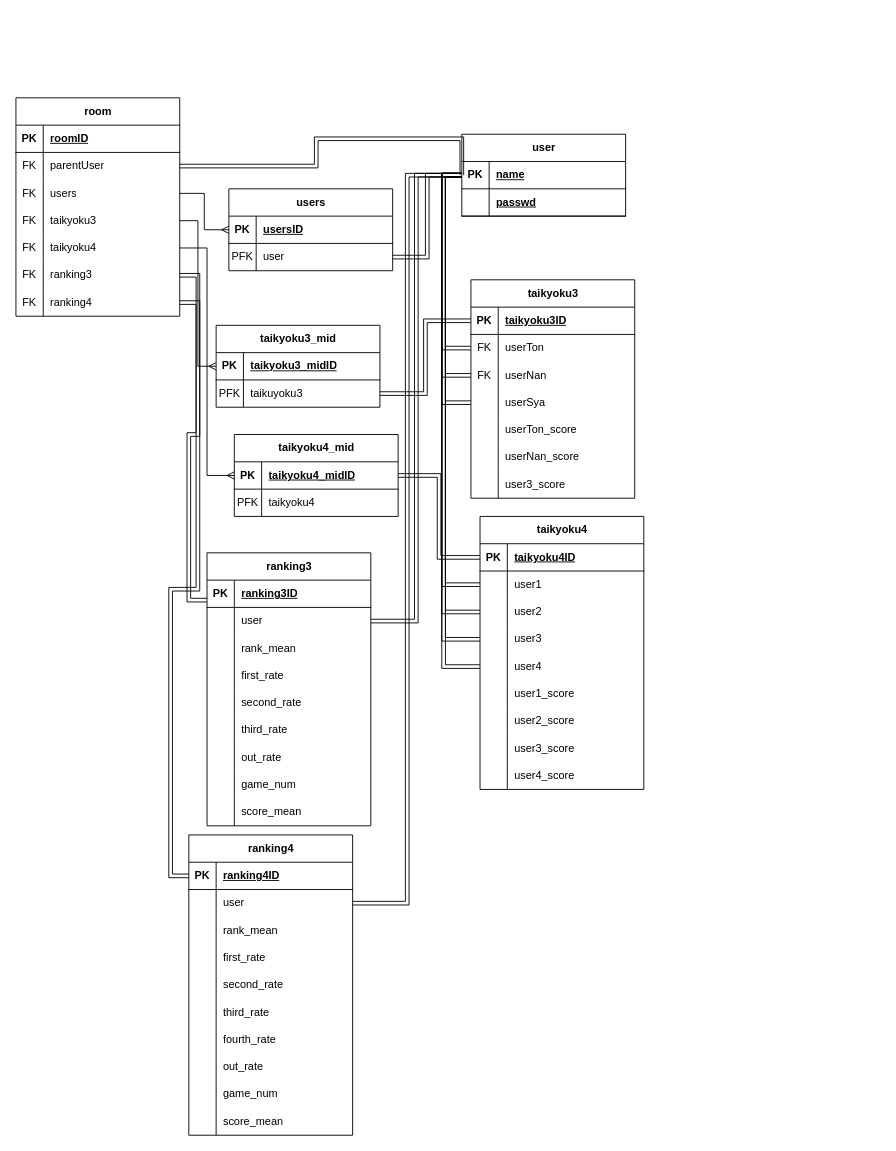
kechigon/PungPals keeps this draw.io diagram as PungPals_ER.drawio. Above is the earlier version. Source tidied: cells renumbered, new cells numbered last; positions are measured from the earlier drawing's top-left corner, leaving out a move shared by most shapes. Both pictures are drawn from the tidied source at 91%, with x=0, y=0 at pixel (15, 97).
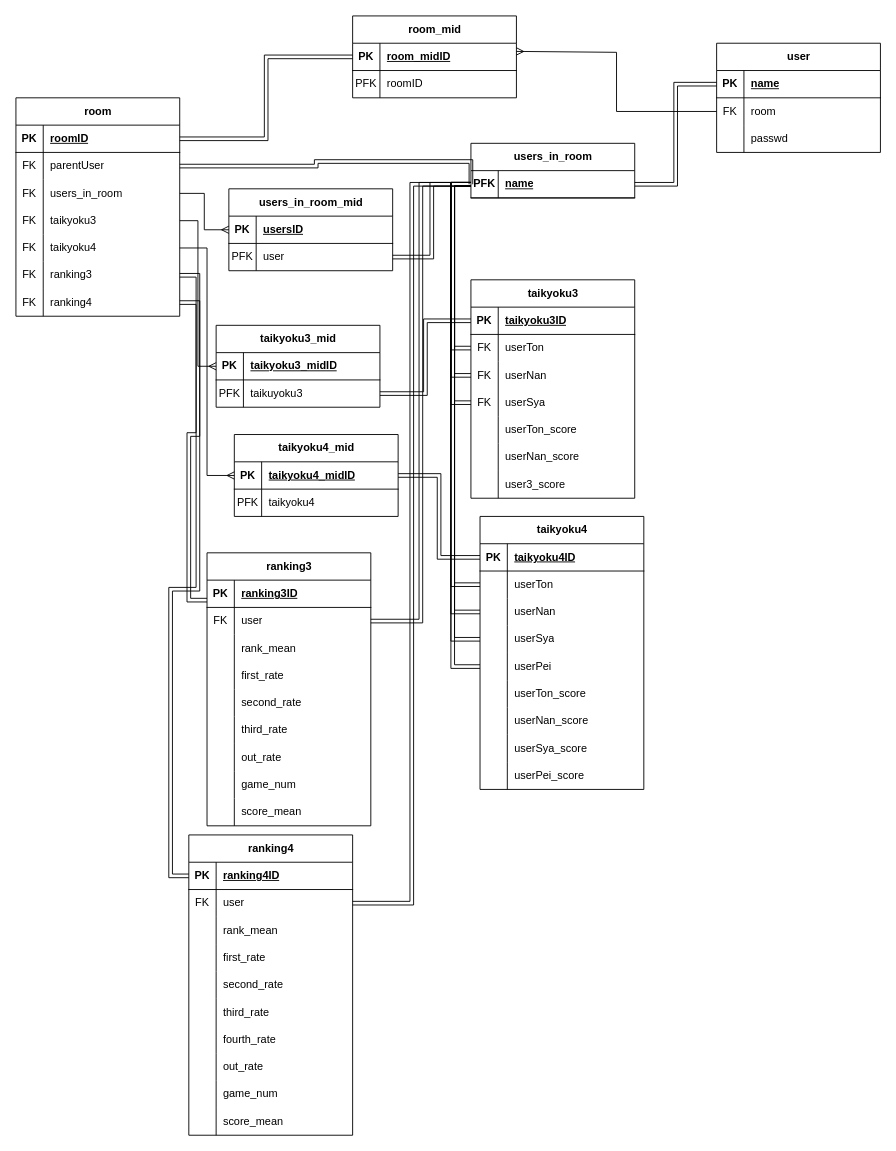
The same page after the edit.

Commit message:
PungPals_ER.drawio を更新します

The change refers to these unchanged cells:
```xml
<mxCell id="3" style="shape=tableRow;horizontal=0;startSize=0;swimlaneHead=0;swimlaneBody=0;fillColor=none;points=[[0,0.5],[1,0.5]];portConstraint=eastwest;top=0;left=0;right=0;bottom=1;" parent="2" vertex="1">
  <mxGeometry y="30" width="180" height="30" as="geometry" />
</mxCell>
<mxCell id="6" style="shape=tableRow;horizontal=0;startSize=0;swimlaneHead=0;swimlaneBody=0;fillColor=none;points=[[0,0.5],[1,0.5]];portConstraint=eastwest;top=0;left=0;right=0;bottom=0;" parent="2" vertex="1">
  <mxGeometry y="60" width="180" height="30" as="geometry" />
</mxCell>
<mxCell id="9" style="shape=tableRow;horizontal=0;startSize=0;swimlaneHead=0;swimlaneBody=0;fillColor=none;points=[[0,0.5],[1,0.5]];portConstraint=eastwest;top=0;left=0;right=0;bottom=0;" parent="2" vertex="1">
  <mxGeometry y="90" width="180" height="30" as="geometry" />
</mxCell>
<mxCell id="41" style="shape=tableRow;horizontal=0;startSize=0;swimlaneHead=0;swimlaneBody=0;fillColor=none;points=[[0,0.5],[1,0.5]];portConstraint=eastwest;top=0;left=0;right=0;bottom=0;" parent="31" vertex="1">
  <mxGeometry y="120" width="180" height="30" as="geometry" />
</mxCell>
<mxCell id="54" style="shape=tableRow;horizontal=0;startSize=0;swimlaneHead=0;swimlaneBody=0;fillColor=none;points=[[0,0.5],[1,0.5]];portConstraint=eastwest;top=0;left=0;right=0;bottom=1;" parent="53" vertex="1">
  <mxGeometry y="30" width="180" height="30" as="geometry" />
</mxCell>
<mxCell id="87" style="shape=tableRow;horizontal=0;startSize=0;swimlaneHead=0;swimlaneBody=0;fillColor=none;points=[[0,0.5],[1,0.5]];portConstraint=eastwest;top=0;left=0;right=0;bottom=0;" parent="83" vertex="1">
  <mxGeometry y="60" width="180" height="30" as="geometry" />
</mxCell>
<mxCell id="90" style="shape=tableRow;horizontal=0;startSize=0;swimlaneHead=0;swimlaneBody=0;fillColor=none;points=[[0,0.5],[1,0.5]];portConstraint=eastwest;top=0;left=0;right=0;bottom=0;" parent="83" vertex="1">
  <mxGeometry y="90" width="180" height="30" as="geometry" />
</mxCell>
<mxCell id="93" style="shape=tableRow;horizontal=0;startSize=0;swimlaneHead=0;swimlaneBody=0;fillColor=none;points=[[0,0.5],[1,0.5]];portConstraint=eastwest;top=0;left=0;right=0;bottom=0;" parent="83" vertex="1">
  <mxGeometry y="120" width="180" height="30" as="geometry" />
</mxCell>
<mxCell id="96" style="shape=tableRow;horizontal=0;startSize=0;swimlaneHead=0;swimlaneBody=0;fillColor=none;points=[[0,0.5],[1,0.5]];portConstraint=eastwest;top=0;left=0;right=0;bottom=0;" parent="83" vertex="1">
  <mxGeometry y="150" width="180" height="30" as="geometry" />
</mxCell>
<mxCell id="99" style="shape=tableRow;horizontal=0;startSize=0;swimlaneHead=0;swimlaneBody=0;fillColor=none;top=0;left=0;right=0;bottom=0;" parent="83" vertex="1">
  <mxGeometry y="180" width="180" height="30" as="geometry" />
</mxCell>
<mxCell id="102" style="shape=tableRow;horizontal=0;startSize=0;swimlaneHead=0;swimlaneBody=0;fillColor=none;top=0;left=0;right=0;bottom=0;" parent="83" vertex="1">
  <mxGeometry y="210" width="180" height="30" as="geometry" />
</mxCell>
<mxCell id="105" style="shape=tableRow;horizontal=0;startSize=0;swimlaneHead=0;swimlaneBody=0;fillColor=none;top=0;left=0;right=0;bottom=0;" parent="83" vertex="1">
  <mxGeometry y="240" width="180" height="30" as="geometry" />
</mxCell>
<mxCell id="108" style="shape=tableRow;horizontal=0;startSize=0;swimlaneHead=0;swimlaneBody=0;fillColor=none;top=0;left=0;right=0;bottom=0;" parent="83" vertex="1">
  <mxGeometry y="270" width="180" height="30" as="geometry" />
</mxCell>
<mxCell id="120" style="shape=tableRow;horizontal=0;startSize=0;swimlaneHead=0;swimlaneBody=0;fillColor=none;points=[[0,0.5],[1,0.5]];portConstraint=eastwest;top=0;left=0;right=0;bottom=0;" parent="116" vertex="1">
  <mxGeometry y="60" width="180" height="30" as="geometry" />
</mxCell>
<mxCell id="149" style="shape=tableRow;horizontal=0;startSize=0;swimlaneHead=0;swimlaneBody=0;fillColor=none;points=[[0,0.5],[1,0.5]];portConstraint=eastwest;top=0;left=0;right=0;bottom=0;" parent="145" vertex="1">
  <mxGeometry y="60" width="180" height="30" as="geometry" />
</mxCell>
```

Diff of the diagram source:
```diff
@@
-    <mxCell id="11" value="users" style="shape=partialRectangle;fillColor=none;top=0;left=0;bottom=0;right=0;align=left;spacingLeft=6;overflow=hidden;whiteSpace=wrap;html=1;" parent="9" vertex="1">
+    <mxCell id="11" value="users_in_room" style="shape=partialRectangle;fillColor=none;top=0;left=0;bottom=0;right=0;align=left;spacingLeft=6;overflow=hidden;whiteSpace=wrap;html=1;" parent="9" vertex="1">
       <mxGeometry x="30" width="150" height="30" as="geometry" />
     </mxCell>
@@
-    <mxCell id="24" value="users" style="shape=table;startSize=30;childLayout=tableLayout;rowLines=0;fontStyle=1;align=center;html=1;" parent="1" vertex="1">
+    <mxCell id="24" value="users_in_room_mid" style="shape=table;startSize=30;childLayout=tableLayout;rowLines=0;fontStyle=1;align=center;html=1;" parent="1" vertex="1">
       <mxGeometry x="234" y="100" width="180" height="90" as="geometry" />
     </mxCell>
@@
-    <mxCell id="42" style="shape=partialRectangle;fillColor=none;top=0;left=0;bottom=0;right=0;overflow=hidden;whiteSpace=wrap;html=1;" parent="41" vertex="1">
+    <mxCell id="42" value="FK" style="shape=partialRectangle;fillColor=none;top=0;left=0;bottom=0;right=0;overflow=hidden;whiteSpace=wrap;html=1;" parent="41" vertex="1">
       <mxGeometry width="30" height="30" as="geometry" />
     </mxCell>
@@
-    <mxCell id="53" value="user" style="shape=table;startSize=30;childLayout=tableLayout;rowLines=0;fontStyle=1;align=center;html=1;" parent="1" vertex="1">
-      <mxGeometry x="490" y="40" width="180" height="90" as="geometry" />
+    <mxCell id="53" value="users_in_room" style="shape=table;startSize=30;childLayout=tableLayout;rowLines=0;fontStyle=1;align=center;html=1;" parent="1" vertex="1">
+      <mxGeometry x="500" y="50" width="180" height="60" as="geometry" />
     </mxCell>
@@
-    <mxCell id="55" value="PK" style="shape=partialRectangle;fillColor=none;top=0;left=0;bottom=0;right=0;fontStyle=1;overflow=hidden;whiteSpace=wrap;html=1;" parent="54" vertex="1">
+    <mxCell id="55" value="PFK" style="shape=partialRectangle;fillColor=none;top=0;left=0;bottom=0;right=0;fontStyle=1;overflow=hidden;whiteSpace=wrap;html=1;" parent="54" vertex="1">
       <mxGeometry width="30" height="30" as="geometry" />
     </mxCell>
@@
-    <mxCell id="57" style="shape=tableRow;horizontal=0;startSize=0;swimlaneHead=0;swimlaneBody=0;fillColor=none;top=0;left=0;right=0;bottom=1;" parent="53" vertex="1">
-      <mxGeometry y="60" width="180" height="30" as="geometry" />
-    </mxCell>
-    <mxCell id="58" style="shape=partialRectangle;fillColor=none;top=0;left=0;bottom=0;right=0;fontStyle=1;overflow=hidden;whiteSpace=wrap;html=1;" parent="57" vertex="1">
-      <mxGeometry width="30" height="30" as="geometry" />
-    </mxCell>
-    <mxCell id="59" value="passwd" style="shape=partialRectangle;fillColor=none;top=0;left=0;bottom=0;right=0;align=left;spacingLeft=6;fontStyle=5;overflow=hidden;whiteSpace=wrap;html=1;" parent="57" vertex="1">
-      <mxGeometry x="30" width="150" height="30" as="geometry" />
-    </mxCell>
@@
     <mxCell id="62" style="edgeStyle=orthogonalEdgeStyle;rounded=0;jettySize=auto;html=1;entryX=0;entryY=0.5;entryDx=0;entryDy=0;shape=link;" parent="1" edge="1" source="6" target="54">
       <mxGeometry relative="1" as="geometry">
         <Array as="points">
           <mxPoint x="330" y="75" />
-          <mxPoint x="330" y="45" />
+          <mxPoint x="330" y="70" />
+          <mxPoint x="500" y="70" />
         </Array>
       </mxGeometry>
     </mxCell>
@@
-    <mxCell id="89" value="user1" style="shape=partialRectangle;fillColor=none;top=0;left=0;bottom=0;right=0;align=left;spacingLeft=6;overflow=hidden;whiteSpace=wrap;html=1;" parent="87" vertex="1">
+    <mxCell id="89" value="userTon" style="shape=partialRectangle;fillColor=none;top=0;left=0;bottom=0;right=0;align=left;spacingLeft=6;overflow=hidden;whiteSpace=wrap;html=1;" parent="87" vertex="1">
       <mxGeometry x="30" width="150" height="30" as="geometry" />
     </mxCell>
@@
-    <mxCell id="92" value="user2" style="shape=partialRectangle;fillColor=none;top=0;left=0;bottom=0;right=0;align=left;spacingLeft=6;overflow=hidden;whiteSpace=wrap;html=1;" parent="90" vertex="1">
+    <mxCell id="92" value="userNan" style="shape=partialRectangle;fillColor=none;top=0;left=0;bottom=0;right=0;align=left;spacingLeft=6;overflow=hidden;whiteSpace=wrap;html=1;" parent="90" vertex="1">
       <mxGeometry x="30" width="150" height="30" as="geometry" />
     </mxCell>
@@
-    <mxCell id="95" value="user3" style="shape=partialRectangle;fillColor=none;top=0;left=0;bottom=0;right=0;align=left;spacingLeft=6;overflow=hidden;whiteSpace=wrap;html=1;" parent="93" vertex="1">
+    <mxCell id="95" value="userSya" style="shape=partialRectangle;fillColor=none;top=0;left=0;bottom=0;right=0;align=left;spacingLeft=6;overflow=hidden;whiteSpace=wrap;html=1;" parent="93" vertex="1">
       <mxGeometry x="30" width="150" height="30" as="geometry" />
     </mxCell>
@@
-    <mxCell id="98" value="user4" style="shape=partialRectangle;fillColor=none;top=0;left=0;bottom=0;right=0;align=left;spacingLeft=6;overflow=hidden;whiteSpace=wrap;html=1;" parent="96" vertex="1">
+    <mxCell id="98" value="userPei" style="shape=partialRectangle;fillColor=none;top=0;left=0;bottom=0;right=0;align=left;spacingLeft=6;overflow=hidden;whiteSpace=wrap;html=1;" parent="96" vertex="1">
       <mxGeometry x="30" width="150" height="30" as="geometry" />
     </mxCell>
@@
-    <mxCell id="101" value="user1_score" style="shape=partialRectangle;fillColor=none;top=0;left=0;bottom=0;right=0;align=left;spacingLeft=6;overflow=hidden;whiteSpace=wrap;html=1;" parent="99" vertex="1">
+    <mxCell id="101" value="userTon_score" style="shape=partialRectangle;fillColor=none;top=0;left=0;bottom=0;right=0;align=left;spacingLeft=6;overflow=hidden;whiteSpace=wrap;html=1;" parent="99" vertex="1">
       <mxGeometry x="30" width="150" height="30" as="geometry" />
     </mxCell>
@@
-    <mxCell id="104" value="user2_score" style="shape=partialRectangle;fillColor=none;top=0;left=0;bottom=0;right=0;align=left;spacingLeft=6;overflow=hidden;whiteSpace=wrap;html=1;" parent="102" vertex="1">
+    <mxCell id="104" value="userNan_score" style="shape=partialRectangle;fillColor=none;top=0;left=0;bottom=0;right=0;align=left;spacingLeft=6;overflow=hidden;whiteSpace=wrap;html=1;" parent="102" vertex="1">
       <mxGeometry x="30" width="150" height="30" as="geometry" />
     </mxCell>
@@
-    <mxCell id="107" value="user3_score" style="shape=partialRectangle;fillColor=none;top=0;left=0;bottom=0;right=0;align=left;spacingLeft=6;overflow=hidden;whiteSpace=wrap;html=1;" parent="105" vertex="1">
+    <mxCell id="107" value="userSya_score" style="shape=partialRectangle;fillColor=none;top=0;left=0;bottom=0;right=0;align=left;spacingLeft=6;overflow=hidden;whiteSpace=wrap;html=1;" parent="105" vertex="1">
       <mxGeometry x="30" width="150" height="30" as="geometry" />
     </mxCell>
@@
-    <mxCell id="110" value="user4_score" style="shape=partialRectangle;fillColor=none;top=0;left=0;bottom=0;right=0;align=left;spacingLeft=6;overflow=hidden;whiteSpace=wrap;html=1;" parent="108" vertex="1">
+    <mxCell id="110" value="userPei_score" style="shape=partialRectangle;fillColor=none;top=0;left=0;bottom=0;right=0;align=left;spacingLeft=6;overflow=hidden;whiteSpace=wrap;html=1;" parent="108" vertex="1">
       <mxGeometry x="30" width="150" height="30" as="geometry" />
     </mxCell>
@@
-    <mxCell id="121" style="shape=partialRectangle;fillColor=none;top=0;left=0;bottom=0;right=0;overflow=hidden;whiteSpace=wrap;html=1;" parent="120" vertex="1">
+    <mxCell id="121" value="FK" style="shape=partialRectangle;fillColor=none;top=0;left=0;bottom=0;right=0;overflow=hidden;whiteSpace=wrap;html=1;" parent="120" vertex="1">
       <mxGeometry width="30" height="30" as="geometry" />
     </mxCell>
@@
-    <mxCell id="150" style="shape=partialRectangle;fillColor=none;top=0;left=0;bottom=0;right=0;overflow=hidden;whiteSpace=wrap;html=1;" parent="149" vertex="1">
+    <mxCell id="150" value="FK" style="shape=partialRectangle;fillColor=none;top=0;left=0;bottom=0;right=0;overflow=hidden;whiteSpace=wrap;html=1;" parent="149" vertex="1">
       <mxGeometry width="30" height="30" as="geometry" />
     </mxCell>
@@
+    <mxCell id="179" value="user" style="shape=table;startSize=30;childLayout=tableLayout;rowLines=0;fontStyle=1;align=center;html=1;" parent="1" vertex="1">
+      <mxGeometry x="770" y="-60" width="180" height="120" as="geometry" />
+    </mxCell>
+    <mxCell id="180" style="shape=tableRow;horizontal=0;startSize=0;swimlaneHead=0;swimlaneBody=0;fillColor=none;points=[[0,0.5],[1,0.5]];portConstraint=eastwest;top=0;left=0;right=0;bottom=1;" parent="179" vertex="1">
+      <mxGeometry y="30" width="180" height="30" as="geometry" />
+    </mxCell>
+    <mxCell id="181" value="PK" style="shape=partialRectangle;fillColor=none;top=0;left=0;bottom=0;right=0;fontStyle=1;overflow=hidden;whiteSpace=wrap;html=1;" parent="180" vertex="1">
+      <mxGeometry width="30" height="30" as="geometry" />
+    </mxCell>
+    <mxCell id="182" value="name" style="shape=partialRectangle;fillColor=none;top=0;left=0;bottom=0;right=0;align=left;spacingLeft=6;fontStyle=5;overflow=hidden;whiteSpace=wrap;html=1;" parent="180" vertex="1">
+      <mxGeometry x="30" width="150" height="30" as="geometry" />
+    </mxCell>
+    <mxCell id="183" style="shape=tableRow;horizontal=0;startSize=0;swimlaneHead=0;swimlaneBody=0;fillColor=none;points=[[0,0.5],[1,0.5]];portConstraint=eastwest;top=0;left=0;right=0;bottom=0;" parent="179" vertex="1">
+      <mxGeometry y="60" width="180" height="30" as="geometry" />
+    </mxCell>
+    <mxCell id="184" value="FK" style="shape=partialRectangle;fillColor=none;top=0;left=0;bottom=0;right=0;overflow=hidden;whiteSpace=wrap;html=1;" parent="183" vertex="1">
+      <mxGeometry width="30" height="30" as="geometry" />
+    </mxCell>
+    <mxCell id="185" value="room" style="shape=partialRectangle;fillColor=none;top=0;left=0;bottom=0;right=0;align=left;spacingLeft=6;overflow=hidden;whiteSpace=wrap;html=1;" parent="183" vertex="1">
+      <mxGeometry x="30" width="150" height="30" as="geometry" />
+    </mxCell>
+    <mxCell id="186" style="shape=tableRow;horizontal=0;startSize=0;swimlaneHead=0;swimlaneBody=0;fillColor=none;top=0;left=0;right=0;bottom=0;" parent="179" vertex="1">
+      <mxGeometry y="90" width="180" height="30" as="geometry" />
+    </mxCell>
+    <mxCell id="187" style="shape=partialRectangle;fillColor=none;top=0;left=0;bottom=0;right=0;overflow=hidden;whiteSpace=wrap;html=1;" parent="186" vertex="1">
+      <mxGeometry width="30" height="30" as="geometry" />
+    </mxCell>
+    <mxCell id="59" value="passwd" style="shape=partialRectangle;fillColor=none;top=0;left=0;bottom=0;right=0;align=left;spacingLeft=6;overflow=hidden;whiteSpace=wrap;html=1;" parent="186" vertex="1">
+      <mxGeometry x="30" width="150" height="30" as="geometry" />
+    </mxCell>
+    <mxCell id="188" style="edgeStyle=orthogonalEdgeStyle;rounded=0;jettySize=auto;html=1;entryX=0;entryY=0.5;entryDx=0;entryDy=0;shape=link;" parent="1" edge="1" source="54" target="180">
+      <mxGeometry relative="1" as="geometry" />
+    </mxCell>
+    <mxCell id="189" value="room_mid" style="shape=table;startSize=30;childLayout=tableLayout;rowLines=0;fontStyle=1;align=center;html=1;" parent="1" vertex="1">
+      <mxGeometry x="370" y="-90" width="180" height="90" as="geometry" />
+    </mxCell>
+    <mxCell id="190" style="shape=tableRow;horizontal=0;startSize=0;swimlaneHead=0;swimlaneBody=0;fillColor=none;points=[[0,0.5],[1,0.5]];portConstraint=eastwest;top=0;left=0;right=0;bottom=1;" parent="189" vertex="1">
+      <mxGeometry y="30" width="180" height="30" as="geometry" />
+    </mxCell>
+    <mxCell id="191" value="PK" style="shape=partialRectangle;fillColor=none;top=0;left=0;bottom=0;right=0;fontStyle=1;overflow=hidden;whiteSpace=wrap;html=1;" parent="190" vertex="1">
+      <mxGeometry width="30" height="30" as="geometry" />
+    </mxCell>
+    <mxCell id="192" value="room_midID" style="shape=partialRectangle;fillColor=none;top=0;left=0;bottom=0;right=0;align=left;spacingLeft=6;fontStyle=5;overflow=hidden;whiteSpace=wrap;html=1;" parent="190" vertex="1">
+      <mxGeometry x="30" width="150" height="30" as="geometry" />
+    </mxCell>
+    <mxCell id="193" style="shape=tableRow;horizontal=0;startSize=0;swimlaneHead=0;swimlaneBody=0;fillColor=none;top=0;left=0;right=0;bottom=0;" parent="189" vertex="1">
+      <mxGeometry y="60" width="180" height="30" as="geometry" />
+    </mxCell>
+    <mxCell id="194" value="PFK" style="shape=partialRectangle;fillColor=none;top=0;left=0;bottom=0;right=0;overflow=hidden;whiteSpace=wrap;html=1;" parent="193" vertex="1">
+      <mxGeometry width="30" height="30" as="geometry" />
+    </mxCell>
+    <mxCell id="195" value="roomID" style="shape=partialRectangle;fillColor=none;top=0;left=0;bottom=0;right=0;align=left;spacingLeft=6;overflow=hidden;whiteSpace=wrap;html=1;" parent="193" vertex="1">
+      <mxGeometry x="30" width="150" height="30" as="geometry" />
+    </mxCell>
+    <mxCell id="196" style="edgeStyle=orthogonalEdgeStyle;rounded=0;jettySize=auto;html=1;entryX=1;entryY=0.3;entryDx=0;entryDy=0;entryPerimeter=0;endArrow=ERmany;endFill=0;" parent="1" edge="1" source="183" target="190">
+      <mxGeometry relative="1" as="geometry">
+        <Array as="points">
+          <mxPoint x="660" y="15" />
+          <mxPoint x="660" y="-50" />
+        </Array>
+      </mxGeometry>
+    </mxCell>
+    <mxCell id="197" style="edgeStyle=orthogonalEdgeStyle;rounded=0;jettySize=auto;html=1;entryX=0;entryY=0.5;entryDx=0;entryDy=0;shape=link;" parent="1" edge="1" source="3" target="190">
+      <mxGeometry relative="1" as="geometry" />
+    </mxCell>
```
